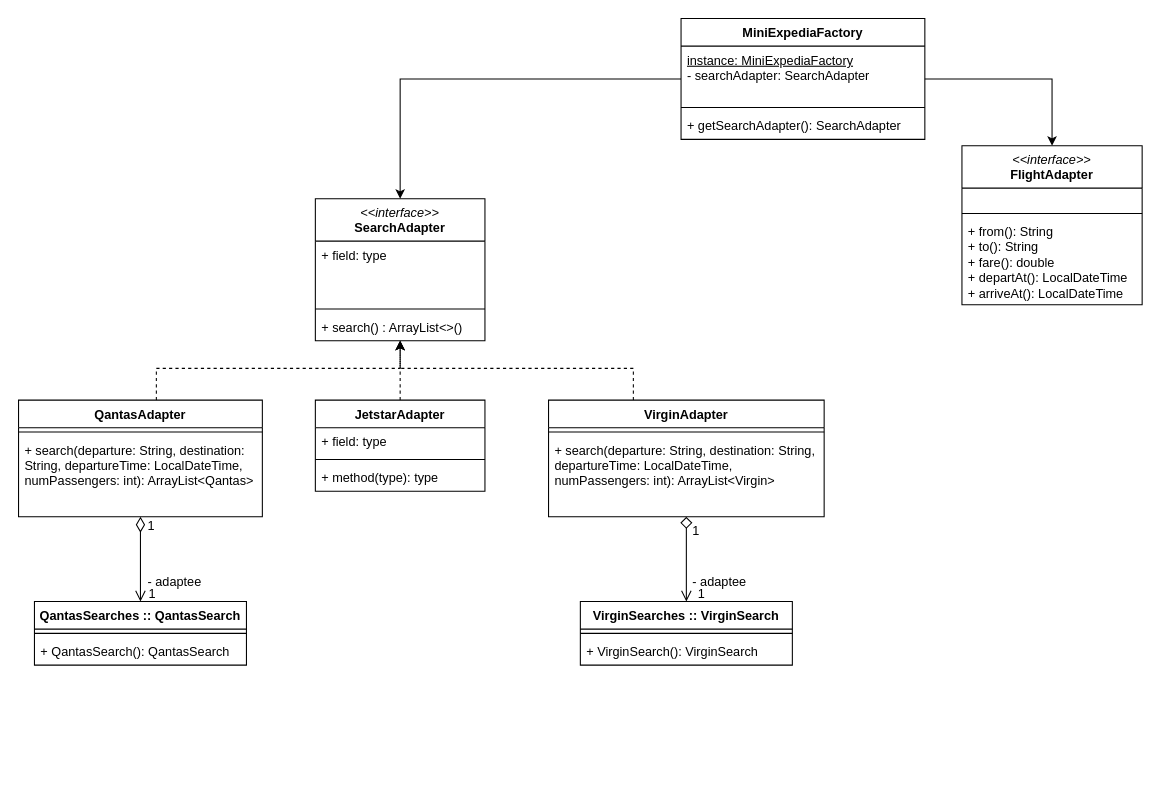
The draw.io diagram page "Page-1" (1 of 2) of workshop8-week9.drawio in antonykimuom/SWEN30006-2025-SM1-workshop1-tuew05-14-00-team-12, before the edit. Source tidied: cells renumbered, new cells numbered last; positions are measured from the earlier drawing's top-left corner, leaving out a move shared by most shapes. Both pictures are drawn from the tidied source at 106%, with x=0, y=0 at pixel (18, 18).
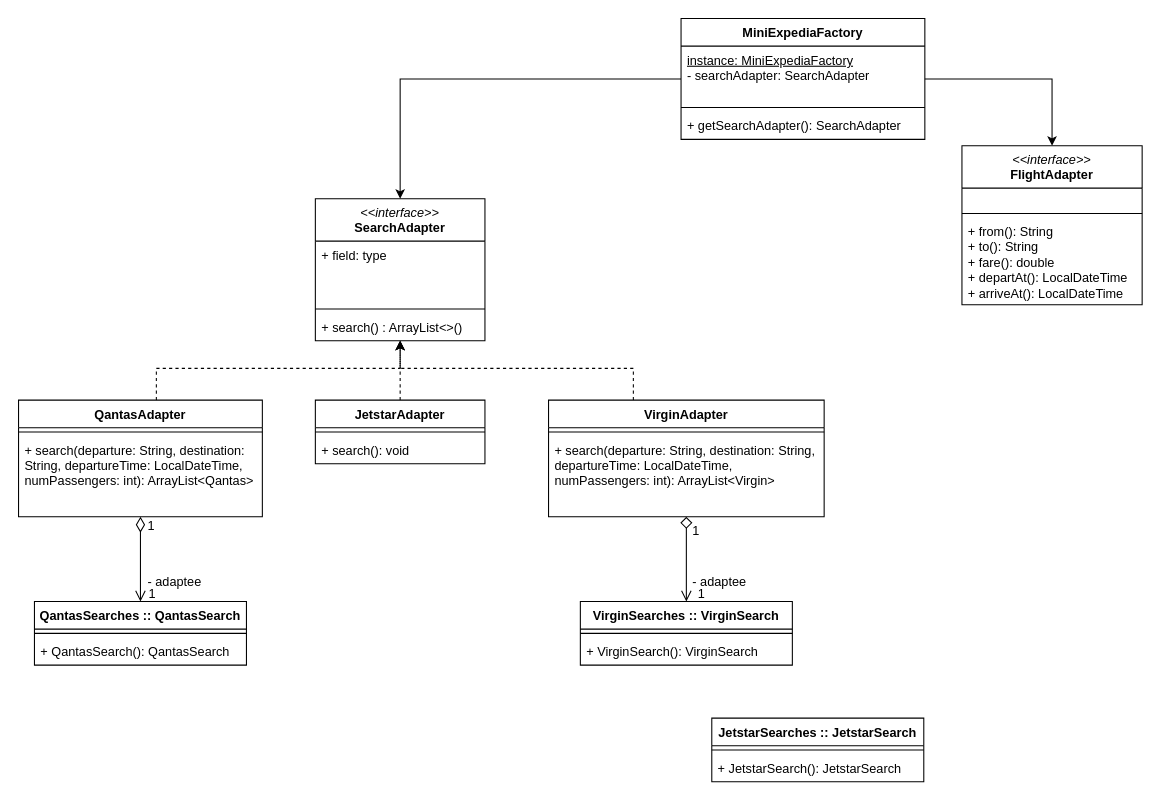
The same page after the edit.

What changed in the source:
```diff
@@
     <mxCell id="17" value="JetstarAdapter" style="swimlane;fontStyle=1;align=center;verticalAlign=top;horizontal=1;startSize=26;whiteSpace=wrap;html=1;" parent="1" vertex="1">
-      <mxGeometry x="280" y="360" width="160" height="86" as="geometry" />
+      <mxGeometry x="280" y="360" width="160" height="60" as="geometry" />
     </mxCell>
-    <mxCell id="18" value="+ field: type" style="text;strokeColor=none;fillColor=none;align=left;verticalAlign=top;spacingLeft=4;spacingRight=4;overflow=hidden;whiteSpace=wrap;html=1;" parent="17" vertex="1">
-      <mxGeometry y="26" width="160" height="26" as="geometry" />
-    </mxCell>
     <mxCell id="19" style="line;strokeWidth=1;fillColor=none;align=left;verticalAlign=middle;spacingTop=-1;spacingLeft=3;spacingRight=3;labelPosition=right;strokeColor=inherit;" parent="17" vertex="1">
-      <mxGeometry y="52" width="160" height="8" as="geometry" />
+      <mxGeometry y="26" width="160" height="8" as="geometry" />
     </mxCell>
-    <mxCell id="20" value="+ method(type): type" style="text;strokeColor=none;fillColor=none;align=left;verticalAlign=top;spacingLeft=4;spacingRight=4;overflow=hidden;whiteSpace=wrap;html=1;" parent="17" vertex="1">
-      <mxGeometry y="60" width="160" height="26" as="geometry" />
+    <mxCell id="20" value="+ search(): void" style="text;strokeColor=none;fillColor=none;align=left;verticalAlign=top;spacingLeft=4;spacingRight=4;overflow=hidden;whiteSpace=wrap;html=1;" parent="17" vertex="1">
+      <mxGeometry y="34" width="160" height="26" as="geometry" />
     </mxCell>
@@
+    <mxCell id="43" value="JetstarSearches :: JetstarSearch" style="swimlane;fontStyle=1;align=center;verticalAlign=top;horizontal=1;startSize=26;whiteSpace=wrap;html=1;" parent="1" vertex="1">
+      <mxGeometry x="654" y="660" width="200" height="60" as="geometry" />
+    </mxCell>
+    <mxCell id="44" style="line;strokeWidth=1;fillColor=none;align=left;verticalAlign=middle;spacingTop=-1;spacingLeft=3;spacingRight=3;labelPosition=right;strokeColor=inherit;" parent="43" vertex="1">
+      <mxGeometry y="26" width="200" height="8" as="geometry" />
+    </mxCell>
+    <mxCell id="45" value="+&amp;nbsp;&lt;span style=&quot;text-align: center;&quot;&gt;Jetstar&lt;/span&gt;Search():&amp;nbsp;&lt;span style=&quot;text-align: center;&quot;&gt;Jetstar&lt;/span&gt;Search" style="text;strokeColor=none;fillColor=none;align=left;verticalAlign=top;spacingLeft=4;spacingRight=4;overflow=hidden;whiteSpace=wrap;html=1;" parent="43" vertex="1">
+      <mxGeometry y="34" width="200" height="26" as="geometry" />
+    </mxCell>
```
